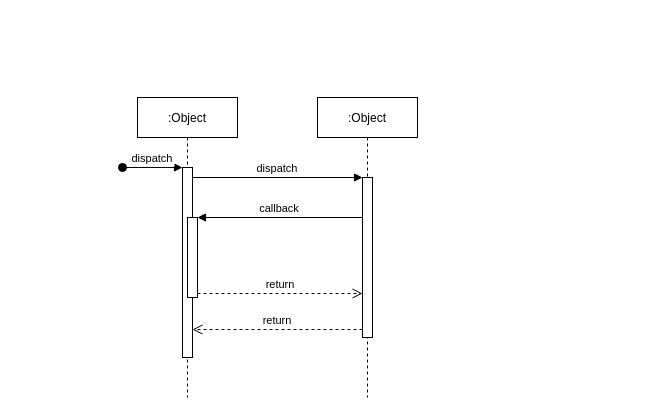
The draw.io diagram page "Page-1" (1 of 4) of HW Diagram.drawio in supagon/test, before the edit. Source tidied: cells renumbered, new cells numbered last; positions are measured from the earlier drawing's top-left corner, leaving out a move shared by most shapes. Both pictures are drawn from the tidied source at 100%, with x=0, y=0 at pixel (122, 97).
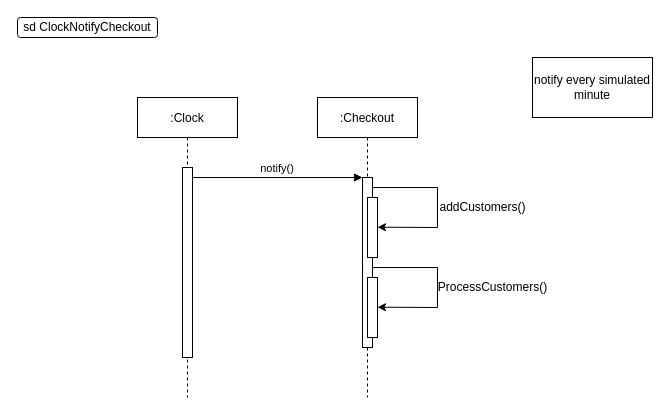
The same page after the edit.

The change refers to these unchanged cells:
```xml
<mxCell id="3" style="points=[];perimeter=orthogonalPerimeter;rounded=0;shadow=0;strokeWidth=1;" parent="2" vertex="1">
  <mxGeometry x="45" y="70" width="10" height="190" as="geometry" />
</mxCell>
```

What changed in the source:
```diff
@@
-    <mxCell id="2" value=":Object" style="shape=umlLifeline;perimeter=lifelinePerimeter;rounded=0;shadow=0;strokeWidth=1;" parent="1" vertex="1">
+    <mxCell id="2" value=":Clock" style="shape=umlLifeline;perimeter=lifelinePerimeter;rounded=0;shadow=0;strokeWidth=1;" parent="1" vertex="1">
       <mxGeometry x="15" width="100" height="300" as="geometry" />
     </mxCell>
@@
-    <mxCell id="4" value="dispatch" style="verticalAlign=bottom;startArrow=oval;endArrow=block;startSize=8;shadow=0;strokeWidth=1;" parent="2" edge="1" target="3">
-      <mxGeometry relative="1" as="geometry">
-        <mxPoint x="-15" y="70" as="sourcePoint" />
-      </mxGeometry>
-    </mxCell>
-    <mxCell id="5" style="points=[];perimeter=orthogonalPerimeter;rounded=0;shadow=0;strokeWidth=1;" parent="2" vertex="1">
-      <mxGeometry x="50" y="120" width="10" height="80" as="geometry" />
-    </mxCell>
-    <mxCell id="6" value=":Object" style="shape=umlLifeline;perimeter=lifelinePerimeter;rounded=0;shadow=0;strokeWidth=1;" parent="1" vertex="1">
+    <mxCell id="6" value=":Checkout" style="shape=umlLifeline;perimeter=lifelinePerimeter;rounded=0;shadow=0;strokeWidth=1;" parent="1" vertex="1">
       <mxGeometry x="195" width="100" height="300" as="geometry" />
     </mxCell>
     <mxCell id="7" style="points=[];perimeter=orthogonalPerimeter;rounded=0;shadow=0;strokeWidth=1;" parent="6" vertex="1">
-      <mxGeometry x="45" y="80" width="10" height="160" as="geometry" />
+      <mxGeometry x="45" y="80" width="10" height="170" as="geometry" />
     </mxCell>
-    <mxCell id="8" value="return" style="verticalAlign=bottom;endArrow=open;dashed=1;endSize=8;exitX=0;exitY=0.95;shadow=0;strokeWidth=1;" parent="1" edge="1" source="7" target="3">
-      <mxGeometry relative="1" as="geometry" />
-    </mxCell>
+    <mxCell id="5" style="points=[];perimeter=orthogonalPerimeter;rounded=0;shadow=0;strokeWidth=1;" parent="6" vertex="1">
+      <mxGeometry x="50" y="100" width="10" height="60" as="geometry" />
+    </mxCell>
+    <mxCell id="12" style="perimeter=orthogonalPerimeter;rounded=0;shadow=0;strokeWidth=1;" parent="6" vertex="1">
+      <mxGeometry x="50" y="180" width="10" height="60" as="geometry" />
+    </mxCell>
+    <mxCell id="13" style="endArrow=none;html=1;rounded=0;" parent="6" edge="1">
+      <mxGeometry relative="1" as="geometry">
+        <mxPoint x="55" y="90" as="sourcePoint" />
+        <mxPoint x="120" y="90" as="targetPoint" />
+      </mxGeometry>
+    </mxCell>
+    <mxCell id="14" style="endArrow=classic;html=1;rounded=0;" parent="6" edge="1">
+      <mxGeometry relative="1" as="geometry">
+        <mxPoint x="120" y="130" as="sourcePoint" />
+        <mxPoint x="60" y="129.7" as="targetPoint" />
+      </mxGeometry>
+    </mxCell>
+    <mxCell id="15" style="endArrow=classic;html=1;rounded=0;" parent="6" edge="1">
+      <mxGeometry relative="1" as="geometry">
+        <mxPoint x="120" y="210" as="sourcePoint" />
+        <mxPoint x="60" y="209.7" as="targetPoint" />
+      </mxGeometry>
+    </mxCell>
+    <mxCell id="16" style="endArrow=none;html=1;rounded=0;" parent="6" edge="1">
+      <mxGeometry relative="1" as="geometry">
+        <mxPoint x="55" y="170" as="sourcePoint" />
+        <mxPoint x="120" y="170" as="targetPoint" />
+      </mxGeometry>
+    </mxCell>
-    <mxCell id="9" value="dispatch" style="verticalAlign=bottom;endArrow=block;entryX=0;entryY=0;shadow=0;strokeWidth=1;" parent="1" edge="1" source="3" target="7">
+    <mxCell id="9" value="notify()" style="verticalAlign=bottom;endArrow=block;entryX=0;entryY=0;shadow=0;strokeWidth=1;" parent="1" edge="1" source="3" target="7">
       <mxGeometry relative="1" as="geometry" />
     </mxCell>
-    <mxCell id="10" value="callback" style="verticalAlign=bottom;endArrow=block;entryX=1;entryY=0;shadow=0;strokeWidth=1;" parent="1" edge="1" source="7" target="5">
-      <mxGeometry relative="1" as="geometry" />
-    </mxCell>
-    <mxCell id="11" value="return" style="verticalAlign=bottom;endArrow=open;dashed=1;endSize=8;exitX=1;exitY=0.95;shadow=0;strokeWidth=1;" parent="1" edge="1" source="5" target="7">
-      <mxGeometry relative="1" as="geometry" />
-    </mxCell>
+    <mxCell id="17" style="endArrow=none;html=1;rounded=0;" parent="1" edge="1">
+      <mxGeometry relative="1" as="geometry">
+        <mxPoint x="315" y="130" as="sourcePoint" />
+        <mxPoint x="315" y="90" as="targetPoint" />
+      </mxGeometry>
+    </mxCell>
+    <mxCell id="18" value="addCustomers()" style="text;html=1;align=center;verticalAlign=middle;strokeColor=none;fillColor=none;" parent="1" vertex="1">
+      <mxGeometry x="310" y="100" width="100" height="20" as="geometry" />
+    </mxCell>
+    <mxCell id="19" style="endArrow=none;html=1;rounded=0;" parent="1" edge="1">
+      <mxGeometry relative="1" as="geometry">
+        <mxPoint x="315" y="210" as="sourcePoint" />
+        <mxPoint x="315" y="170" as="targetPoint" />
+      </mxGeometry>
+    </mxCell>
+    <mxCell id="20" value="ProcessCustomers()" style="text;html=1;align=center;verticalAlign=middle;strokeColor=none;fillColor=none;" parent="1" vertex="1">
+      <mxGeometry x="310" y="180" width="120" height="20" as="geometry" />
+    </mxCell>
+    <mxCell id="21" value="notify every simulated minute" style="rounded=0;whiteSpace=wrap;html=1;" parent="1" vertex="1">
+      <mxGeometry x="410" y="-40" width="120" height="60" as="geometry" />
+    </mxCell>
+    <mxCell id="22" value="sd ClockNotifyCheckout" style="rounded=1;whiteSpace=wrap;html=1;" parent="1" vertex="1">
+      <mxGeometry x="-105" y="-80" width="140" height="20" as="geometry" />
+    </mxCell>
```
